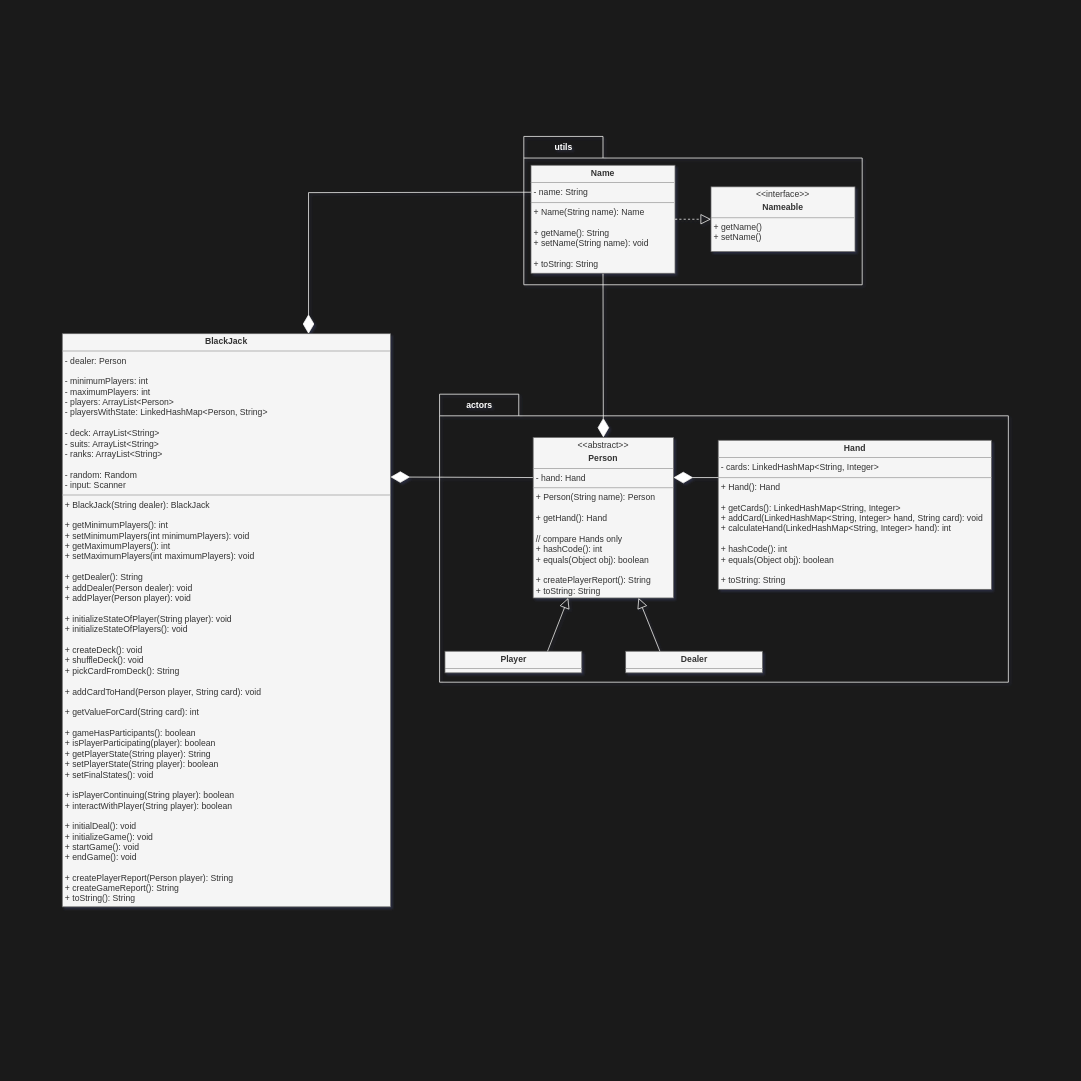
Above: uml-models/step2.drawio in iham/cardgameapp (draw.io), before the change. Source tidied: cells renumbered, new cells numbered last; positions are measured from the earlier drawing's top-left corner, leaving out a move shared by most shapes. Both pictures are drawn from the tidied source at 72%, with x=0, y=0 at pixel (62, 136).
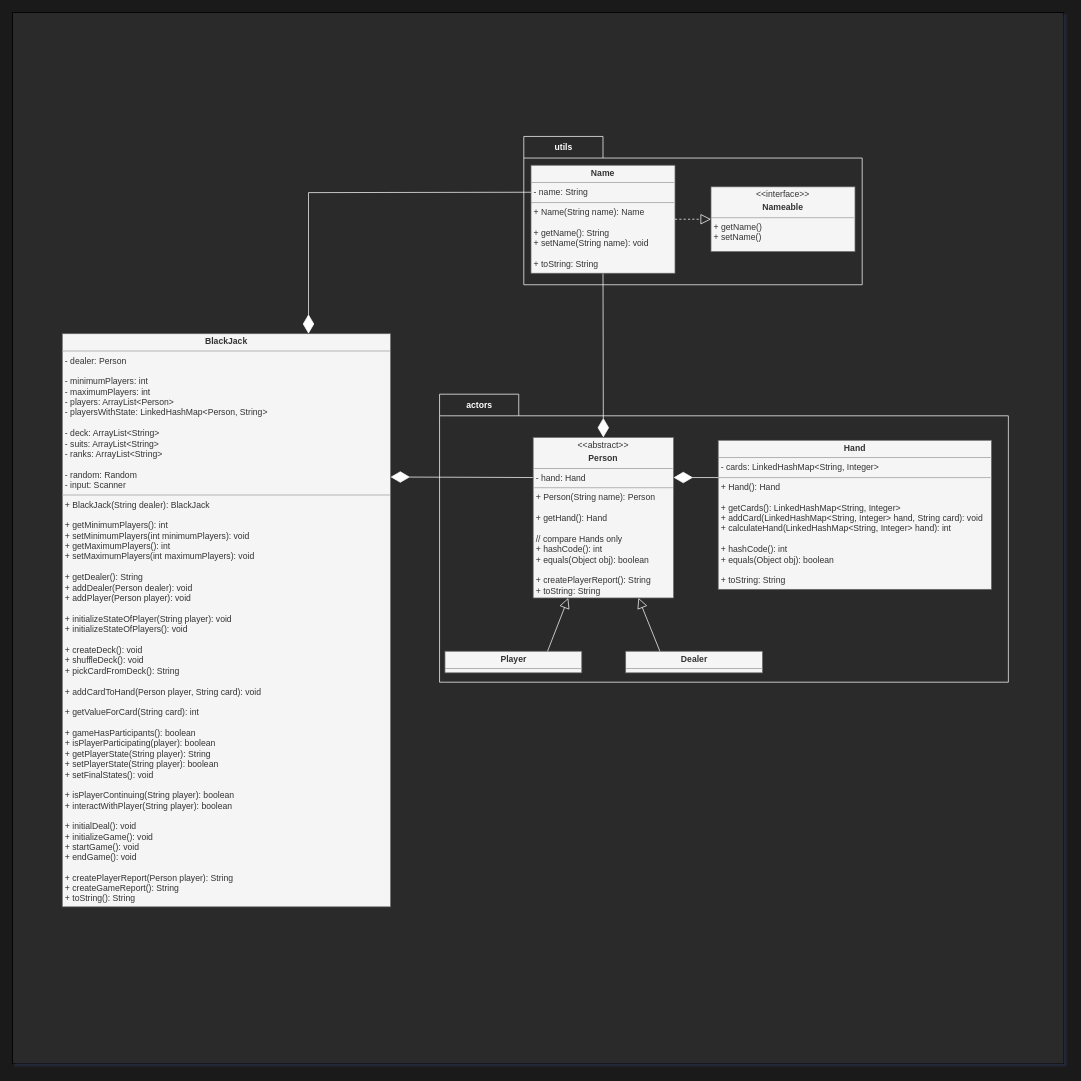
The same diagram, later.

What changed in the source:
```diff
@@
+    <mxCell id="18" style="whiteSpace=wrap;html=1;fillColor=#2A2A2A;" parent="1" vertex="1">
+      <mxGeometry x="-69" y="-172" width="1460" height="1460" as="geometry" />
+    </mxCell>
```
